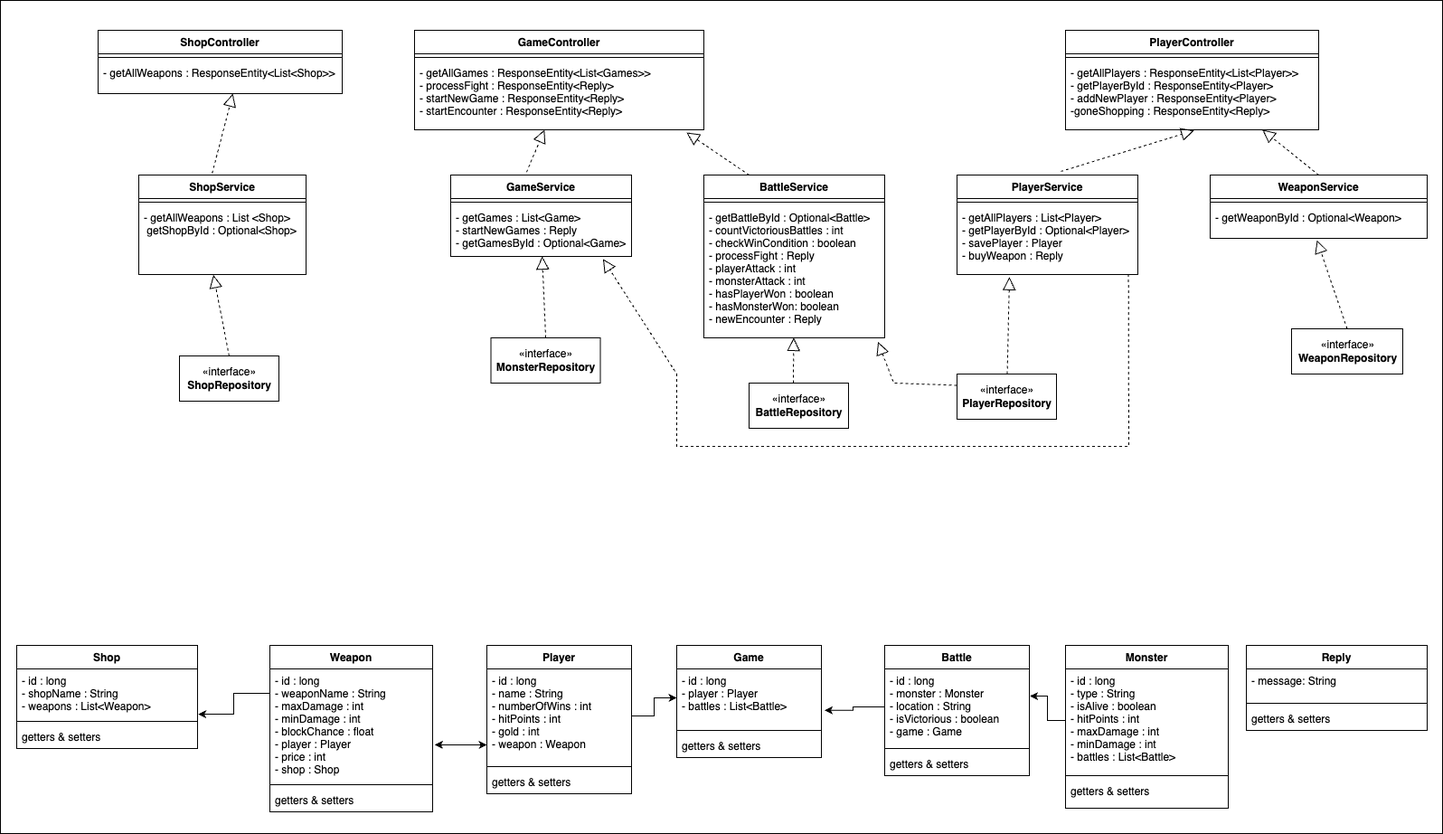
Earlier version of the draw.io export backend_UML.png (RawMal/backend_project). Source tidied: cells renumbered, new cells last; positions are measured from the earlier drawing's top-left corner, leaving out a move shared by most shapes.
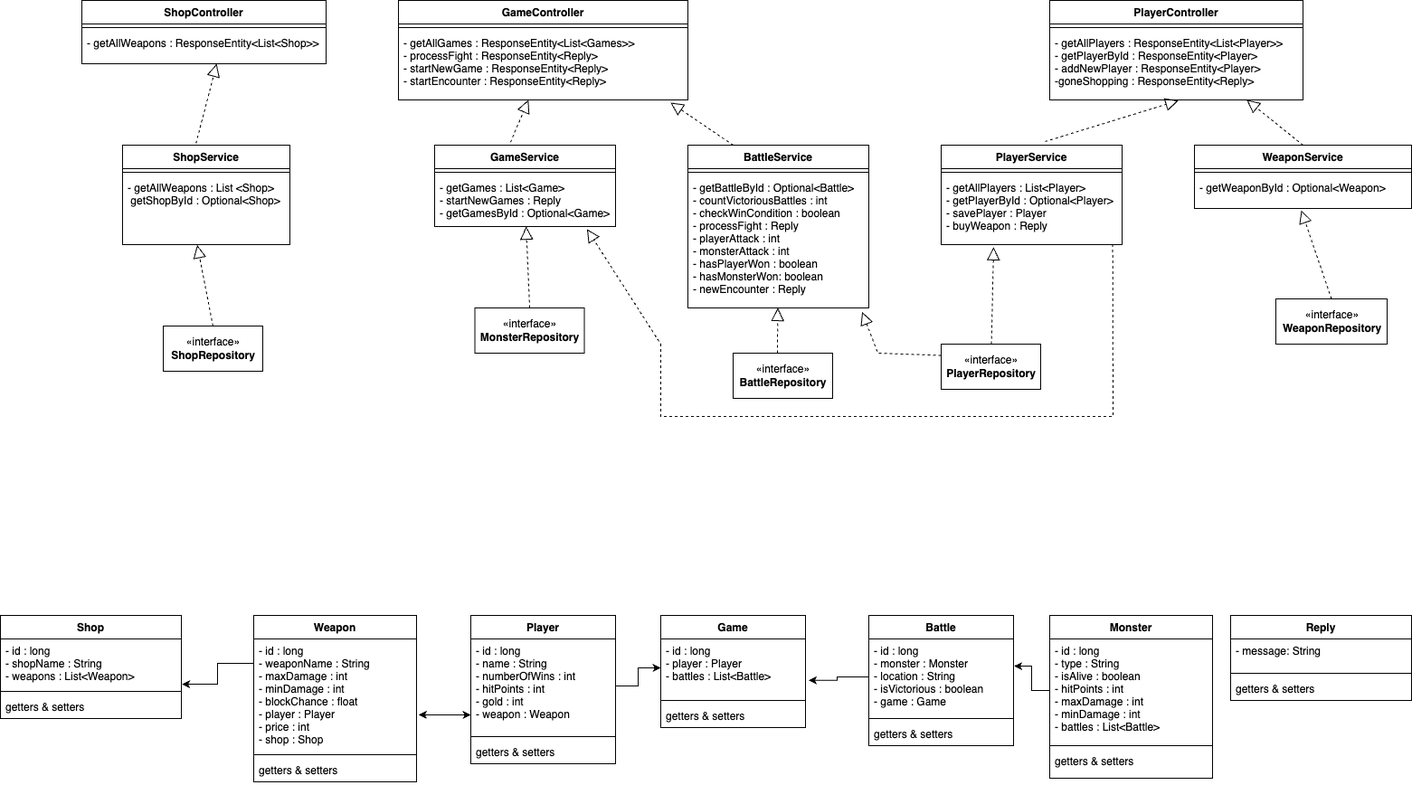
Later version of the same file.

What changed in the source:
```diff
@@ -2,9 +2,6 @@
   <root>
     <mxCell id="0" />
     <mxCell id="1" parent="0" />
-    <mxCell id="2" style="rounded=0;whiteSpace=wrap;html=1;fontColor=#000000;fillColor=#FFFFFF;" parent="1" vertex="1">
-      <mxGeometry width="1595" height="921" as="geometry" />
-    </mxCell>
     <mxCell id="3" value="Player" style="swimlane;fontStyle=1;align=center;verticalAlign=top;horizontal=1;startSize=26;" parent="1" vertex="1">
       <mxGeometry x="538" y="713" width="160" height="164" as="geometry" />
     </mxCell>
```
